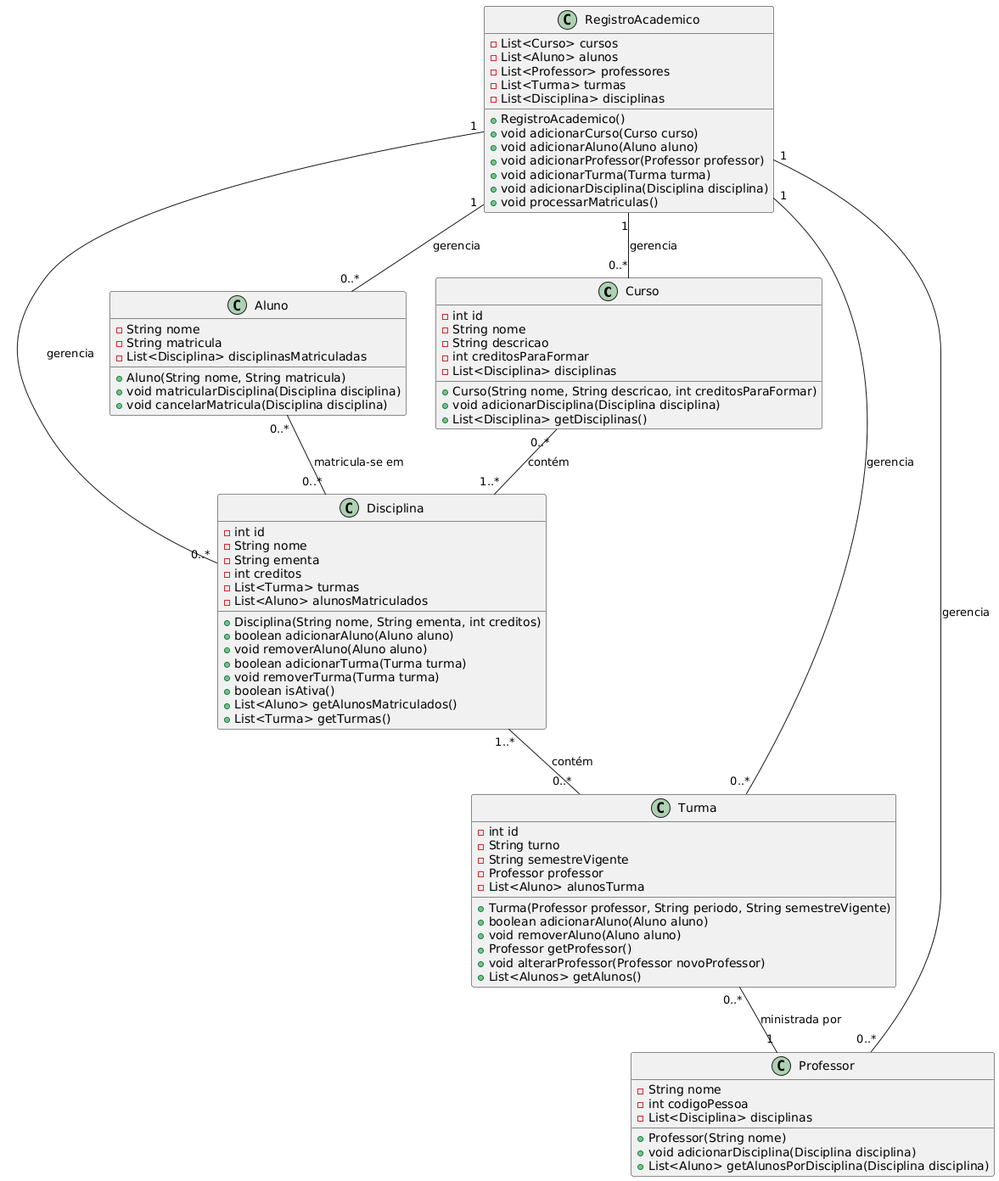
Earlier version of the PlantUML export project/img/classDiagram.png (RafaMtF/LDS-Lab01).
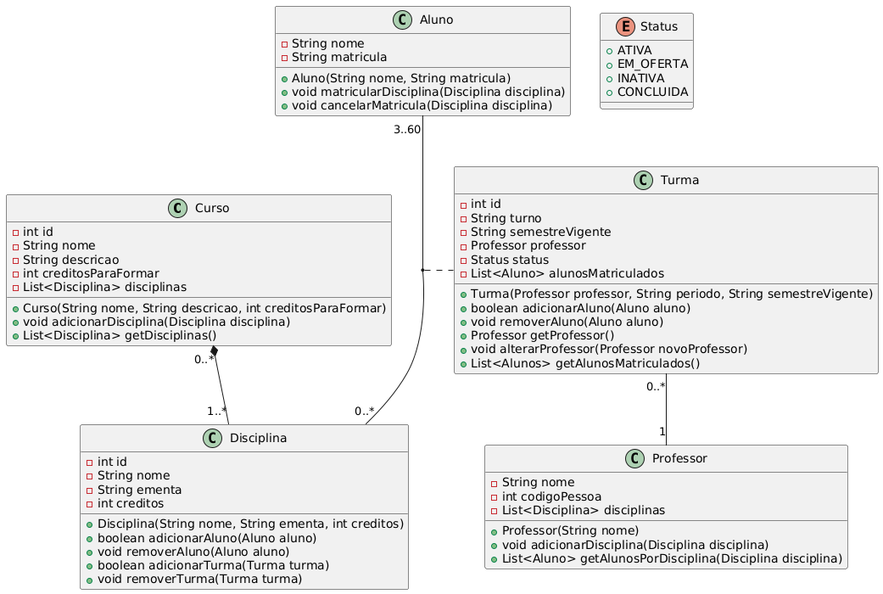
After the commit.

Commit message:
Update class diagram

Diff of the diagram source:
```diff
@@ -10,18 +10,26 @@
     +List<Disciplina> getDisciplinas()
 }
 
+enum Status {
+  +ATIVA
+  +EM_OFERTA
+  +INATIVA
+  +CONCLUIDA
+}
+
 class Turma {
     -int id
     -String turno
     -String semestreVigente
     -Professor professor
-    -List<Aluno> alunosTurma
+    -Status status
+    -List<Aluno> alunosMatriculados
     +Turma(Professor professor, String periodo, String semestreVigente)
     +boolean adicionarAluno(Aluno aluno)
     +void removerAluno(Aluno aluno)
     +Professor getProfessor()
     +void alterarProfessor(Professor novoProfessor)
-    +List<Alunos> getAlunos()
+    +List<Alunos> getAlunosMatriculados()
 
 }
 
@@ -30,22 +38,16 @@
     -String nome
     -String ementa
     -int creditos
-    -List<Turma> turmas
-    -List<Aluno> alunosMatriculados
     +Disciplina(String nome, String ementa, int creditos)
     +boolean adicionarAluno(Aluno aluno)
     +void removerAluno(Aluno aluno)
     +boolean adicionarTurma(Turma turma)
     +void removerTurma(Turma turma)
-    +boolean isAtiva()
-    +List<Aluno> getAlunosMatriculados()
-    +List<Turma> getTurmas()
 }
 
 class Aluno {
     -String nome
     -String matricula
-    -List<Disciplina> disciplinasMatriculadas
     +Aluno(String nome, String matricula)
     +void matricularDisciplina(Disciplina disciplina)
     +void cancelarMatricula(Disciplina disciplina)
@@ -60,29 +62,9 @@
     +List<Aluno> getAlunosPorDisciplina(Disciplina disciplina)
 }
 
-class RegistroAcademico {
-    -List<Curso> cursos
-    -List<Aluno> alunos
-    -List<Professor> professores
-    -List<Turma> turmas
-    -List<Disciplina> disciplinas
-    +RegistroAcademico()
-    +void adicionarCurso(Curso curso)
-    +void adicionarAluno(Aluno aluno)
-    +void adicionarProfessor(Professor professor)
-    +void adicionarTurma(Turma turma)
-    +void adicionarDisciplina(Disciplina disciplina)
-    +void processarMatriculas()
-}
+Aluno "3..60" -- "0..*" Disciplina
+(Aluno, Disciplina) .. Turma
 
-Curso "0..*" -- "1..*" Disciplina: contém
-Disciplina "1..*" -- "0..*" Turma: contém
-Turma "0..*" -- "1" Professor: ministrada por
-Aluno "0..*" -- "0..*" Disciplina: matricula-se em
-
-RegistroAcademico "1" -- "0..*" Curso: gerencia
-RegistroAcademico "1" -- "0..*" Aluno: gerencia
-RegistroAcademico "1" -- "0..*" Turma: gerencia
-RegistroAcademico "1" -- "0..*" Professor: gerencia
-RegistroAcademico "1" -- "0..*" Disciplina: gerencia
+Curso "0..*" *-- "1..*" Disciplina
+Turma "0..*" -- "1" Professor
 @enduml
```
